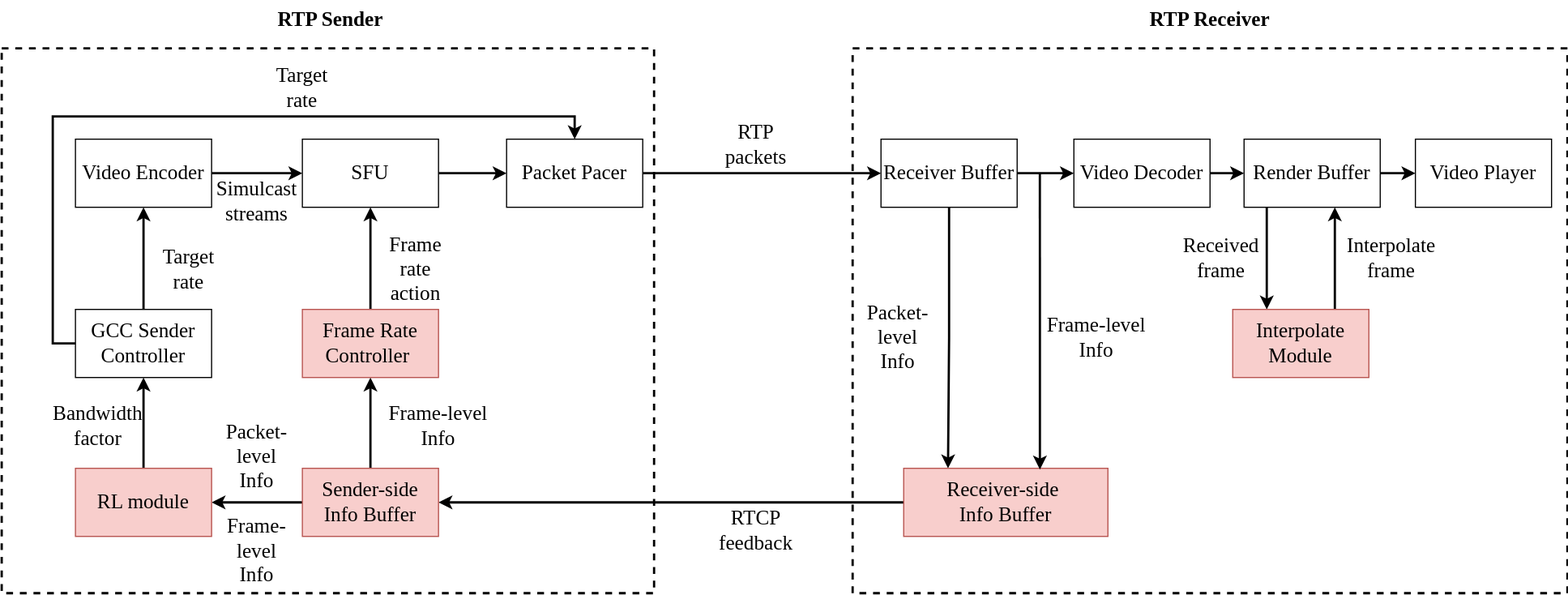
Earlier version of the draw.io export system.drawio.svg (xiaosayin/c-educoder). Source tidied: cells renumbered, new cells last; positions are measured from the earlier drawing's top-left corner, leaving out a move shared by most shapes.
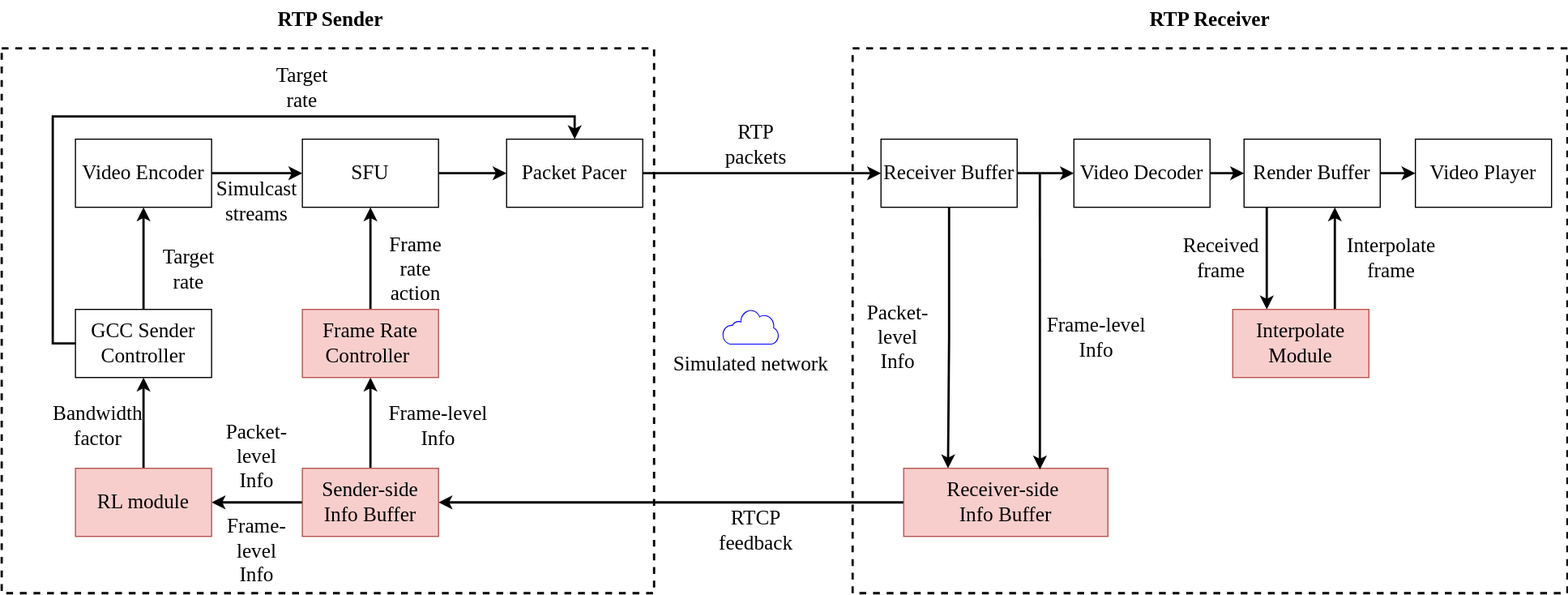
The same diagram one commit later.

Diff of the diagram source:
```diff
@@ -163,5 +163,8 @@
     <mxCell id="49" value="&lt;font style=&quot;font-size: 18px;&quot;&gt;RTCP feedback&lt;/font&gt;" style="text;html=1;strokeColor=none;fillColor=none;align=center;verticalAlign=middle;whiteSpace=wrap;rounded=0;dashed=1;strokeWidth=2;fontFamily=Times New Roman;fontSize=18;" parent="1" vertex="1">
       <mxGeometry x="635" y="450" width="60" height="30" as="geometry" />
     </mxCell>
+    <mxCell id="50" value="Simulated network" style="sketch=0;shadow=0;dashed=0;html=1;strokeColor=none;labelPosition=center;verticalLabelPosition=bottom;verticalAlign=top;align=center;fillColor=#0000FF;shape=mxgraph.mscae.enterprise.internet_hollow;strokeWidth=2;fontFamily=Times New Roman;fontSize=18;" parent="1" vertex="1">
+      <mxGeometry x="635" y="270" width="50" height="31" as="geometry" />
+    </mxCell>
   </root>
 </mxGraphModel>
```
